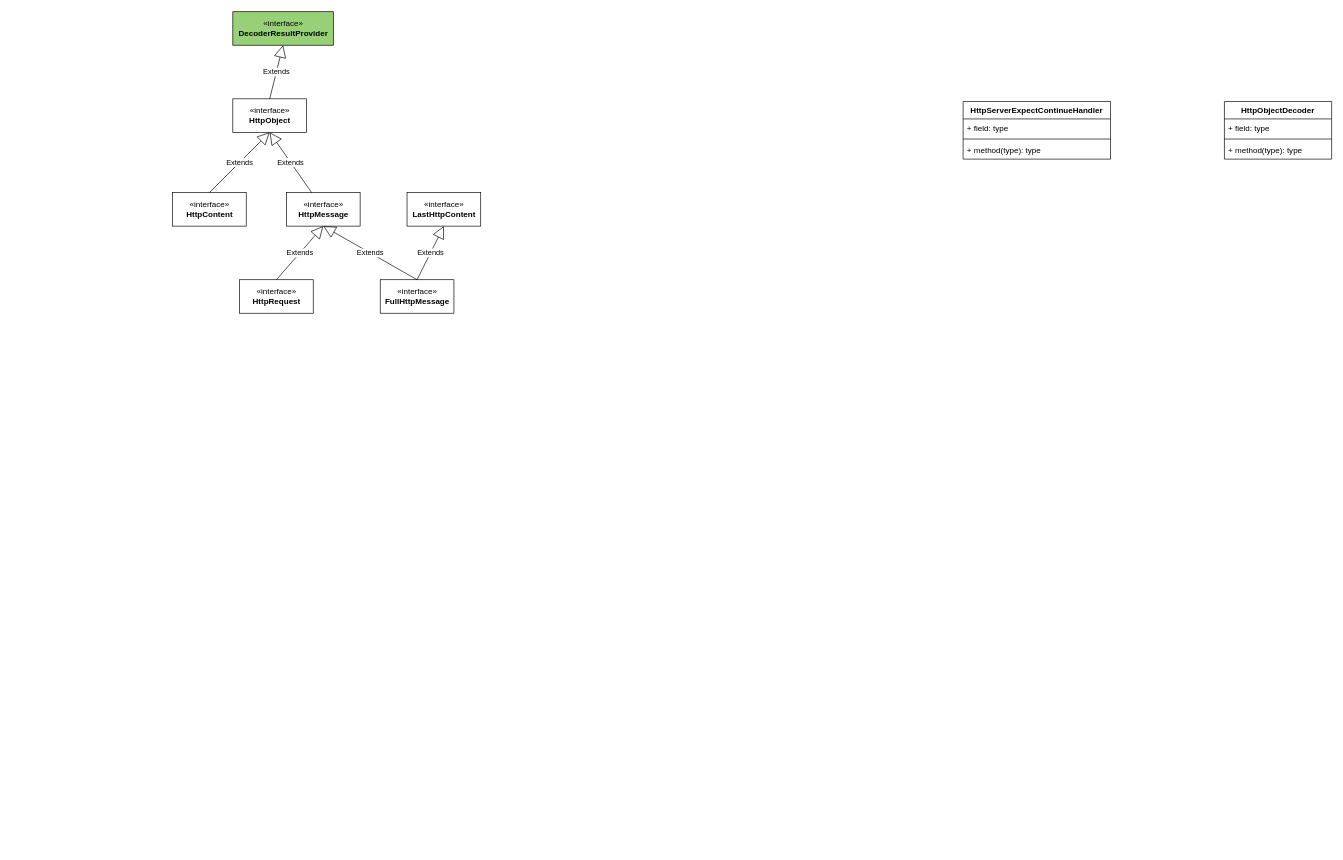
Before: page "codec-http" (8 of 11) of netty.drawio in tadsimons/draw, a draw.io diagram. Source tidied: cells renumbered, new cells numbered last; positions are measured from the earlier drawing's top-left corner, leaving out a move shared by most shapes. Both pictures are drawn from the tidied source at 67%, with x=0, y=0 at pixel (172, 11).
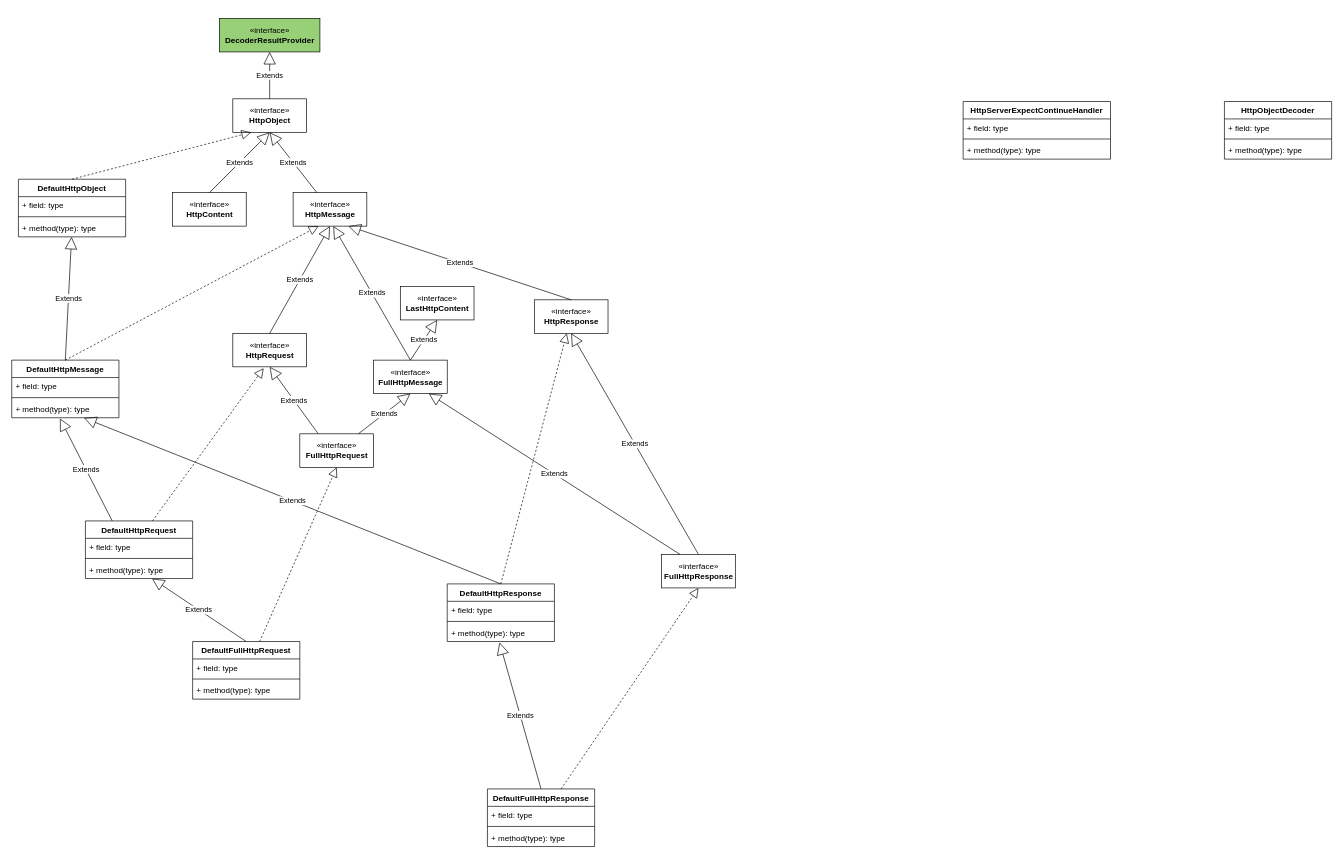
Above is the later version.

The change refers to these unchanged cells:
```xml
<mxCell id="11" value="«interface»&lt;br&gt;&lt;b&gt;HttpObject&lt;/b&gt;" style="html=1;fillColor=#FFFFFF;" parent="1" vertex="1">
  <mxGeometry x="90" y="130" width="110" height="50" as="geometry" />
</mxCell>
```

Diff of the diagram source:
```diff
@@
     <mxCell id="10" value="«interface»&lt;br&gt;&lt;b&gt;DecoderResultProvider&lt;/b&gt;" style="html=1;fillColor=#97D077;" parent="1" vertex="1">
-      <mxGeometry x="90" width="150" height="50" as="geometry" />
+      <mxGeometry x="70" y="10" width="150" height="50" as="geometry" />
     </mxCell>
@@
     <mxCell id="13" value="«interface»&lt;br&gt;&lt;b&gt;LastHttpContent&lt;/b&gt;" style="html=1;fillColor=#FFFFFF;" parent="1" vertex="1">
-      <mxGeometry x="350" y="270" width="110" height="50" as="geometry" />
+      <mxGeometry x="340" y="410" width="110" height="50" as="geometry" />
     </mxCell>
@@
     <mxCell id="16" value="«interface»&lt;br&gt;&lt;b&gt;HttpMessage&lt;/b&gt;" style="html=1;fillColor=#FFFFFF;" parent="1" vertex="1">
-      <mxGeometry x="170" y="270" width="110" height="50" as="geometry" />
+      <mxGeometry x="180" y="270" width="110" height="50" as="geometry" />
     </mxCell>
@@
     <mxCell id="18" value="«interface»&lt;br&gt;&lt;b&gt;FullHttpMessage&lt;/b&gt;" style="html=1;fillColor=#FFFFFF;" parent="1" vertex="1">
-      <mxGeometry x="310" y="400" width="110" height="50" as="geometry" />
+      <mxGeometry x="300" y="520" width="110" height="50" as="geometry" />
     </mxCell>
-    <mxCell id="19" value="Extends" style="endArrow=block;endSize=16;endFill=0;html=1;entryX=0.5;entryY=1;entryDx=0;entryDy=0;exitX=0.5;exitY=0;exitDx=0;exitDy=0;" parent="1" edge="1" source="18" target="16">
-      <mxGeometry relative="1" as="geometry" />
+    <mxCell id="19" value="Extends" style="endArrow=block;endSize=16;endFill=0;html=1;exitX=0.5;exitY=0;exitDx=0;exitDy=0;" parent="1" edge="1" source="18">
+      <mxGeometry relative="1" as="geometry">
+        <mxPoint x="240" y="320" as="targetPoint" />
+      </mxGeometry>
     </mxCell>
@@
     <mxCell id="21" value="«interface»&lt;br&gt;&lt;b&gt;HttpRequest&lt;/b&gt;" style="html=1;fillColor=#FFFFFF;" parent="1" vertex="1">
-      <mxGeometry x="100" y="400" width="110" height="50" as="geometry" />
+      <mxGeometry x="90" y="480" width="110" height="50" as="geometry" />
     </mxCell>
@@
+    <mxCell id="23" value="«interface»&lt;br&gt;&lt;b&gt;FullHttpRequest&lt;/b&gt;" style="html=1;fillColor=#FFFFFF;" parent="1" vertex="1">
+      <mxGeometry x="190" y="630" width="110" height="50" as="geometry" />
+    </mxCell>
+    <mxCell id="24" value="Extends" style="endArrow=block;endSize=16;endFill=0;html=1;entryX=0.5;entryY=1;entryDx=0;entryDy=0;" parent="1" edge="1" source="23" target="18">
+      <mxGeometry relative="1" as="geometry" />
+    </mxCell>
+    <mxCell id="25" value="Extends" style="endArrow=block;endSize=16;endFill=0;html=1;entryX=0.5;entryY=1;entryDx=0;entryDy=0;exitX=0.25;exitY=0;exitDx=0;exitDy=0;" parent="1" edge="1" source="23" target="21">
+      <mxGeometry relative="1" as="geometry" />
+    </mxCell>
+    <mxCell id="26" value="DefaultHttpObject" style="swimlane;fontStyle=1;align=center;verticalAlign=top;horizontal=1;startSize=26;fillColor=#FFFFFF;" parent="1" vertex="1">
+      <mxGeometry x="-230" y="250" width="160" height="86" as="geometry" />
+    </mxCell>
+    <mxCell id="27" style="endArrow=block;dashed=1;endFill=0;endSize=12;html=1;entryX=0.25;entryY=1;entryDx=0;entryDy=0;" parent="26" edge="1" target="11">
+      <mxGeometry relative="1" as="geometry">
+        <mxPoint x="80" as="sourcePoint" />
+      </mxGeometry>
+    </mxCell>
+    <mxCell id="28" value="+ field: type" style="text;strokeColor=none;fillColor=none;align=left;verticalAlign=top;spacingLeft=4;spacingRight=4;overflow=hidden;" parent="26" vertex="1">
+      <mxGeometry y="26" width="160" height="26" as="geometry" />
+    </mxCell>
+    <mxCell id="29" style="line;strokeWidth=1;fillColor=none;align=left;verticalAlign=middle;spacingTop=-1;spacingLeft=3;spacingRight=3;labelPosition=right;" parent="26" vertex="1">
+      <mxGeometry y="52" width="160" height="8" as="geometry" />
+    </mxCell>
+    <mxCell id="30" value="+ method(type): type" style="text;strokeColor=none;fillColor=none;align=left;verticalAlign=top;spacingLeft=4;spacingRight=4;overflow=hidden;points=[[0,0.5],[1,0.5]];portConstraint=eastwest;" parent="26" vertex="1">
+      <mxGeometry y="60" width="160" height="26" as="geometry" />
+    </mxCell>
+    <mxCell id="31" value="DefaultHttpMessage" style="swimlane;fontStyle=1;align=center;verticalAlign=top;horizontal=1;startSize=26;fillColor=#FFFFFF;" parent="1" vertex="1">
+      <mxGeometry x="-240" y="520" width="160" height="86" as="geometry" />
+    </mxCell>
+    <mxCell id="32" value="Extends" style="endArrow=block;endSize=16;endFill=0;html=1;" parent="31" edge="1" target="30">
+      <mxGeometry relative="1" as="geometry">
+        <mxPoint x="80" as="sourcePoint" />
+      </mxGeometry>
+    </mxCell>
+    <mxCell id="33" style="endArrow=block;dashed=1;endFill=0;endSize=12;html=1;entryX=0.345;entryY=1;entryDx=0;entryDy=0;entryPerimeter=0;" parent="31" edge="1" target="16">
+      <mxGeometry relative="1" as="geometry">
+        <mxPoint x="80" as="sourcePoint" />
+      </mxGeometry>
+    </mxCell>
+    <mxCell id="34" value="+ field: type" style="text;strokeColor=none;fillColor=none;align=left;verticalAlign=top;spacingLeft=4;spacingRight=4;overflow=hidden;" parent="31" vertex="1">
+      <mxGeometry y="26" width="160" height="26" as="geometry" />
+    </mxCell>
+    <mxCell id="35" style="line;strokeWidth=1;fillColor=none;align=left;verticalAlign=middle;spacingTop=-1;spacingLeft=3;spacingRight=3;labelPosition=right;" parent="31" vertex="1">
+      <mxGeometry y="52" width="160" height="8" as="geometry" />
+    </mxCell>
+    <mxCell id="36" value="+ method(type): type" style="text;strokeColor=none;fillColor=none;align=left;verticalAlign=top;spacingLeft=4;spacingRight=4;overflow=hidden;points=[[0,0.5],[1,0.5]];portConstraint=eastwest;" parent="31" vertex="1">
+      <mxGeometry y="60" width="160" height="26" as="geometry" />
+    </mxCell>
+    <mxCell id="37" value="DefaultHttpRequest" style="swimlane;fontStyle=1;align=center;verticalAlign=top;horizontal=1;startSize=26;fillColor=#FFFFFF;" parent="1" vertex="1">
+      <mxGeometry x="-130" y="760" width="160" height="86" as="geometry" />
+    </mxCell>
+    <mxCell id="38" style="endArrow=block;dashed=1;endFill=0;endSize=12;html=1;entryX=0.418;entryY=1.04;entryDx=0;entryDy=0;entryPerimeter=0;" parent="37" edge="1" target="21">
+      <mxGeometry relative="1" as="geometry">
+        <mxPoint x="100" as="sourcePoint" />
+      </mxGeometry>
+    </mxCell>
+    <mxCell id="39" value="+ field: type" style="text;strokeColor=none;fillColor=none;align=left;verticalAlign=top;spacingLeft=4;spacingRight=4;overflow=hidden;" parent="37" vertex="1">
+      <mxGeometry y="26" width="160" height="26" as="geometry" />
+    </mxCell>
+    <mxCell id="40" style="line;strokeWidth=1;fillColor=none;align=left;verticalAlign=middle;spacingTop=-1;spacingLeft=3;spacingRight=3;labelPosition=right;" parent="37" vertex="1">
+      <mxGeometry y="52" width="160" height="8" as="geometry" />
+    </mxCell>
+    <mxCell id="41" value="+ method(type): type" style="text;strokeColor=none;fillColor=none;align=left;verticalAlign=top;spacingLeft=4;spacingRight=4;overflow=hidden;points=[[0,0.5],[1,0.5]];portConstraint=eastwest;" parent="37" vertex="1">
+      <mxGeometry y="60" width="160" height="26" as="geometry" />
+    </mxCell>
+    <mxCell id="42" value="Extends" style="endArrow=block;endSize=16;endFill=0;html=1;entryX=0.45;entryY=1.038;entryDx=0;entryDy=0;entryPerimeter=0;exitX=0.25;exitY=0;exitDx=0;exitDy=0;" parent="1" edge="1" source="37" target="36">
+      <mxGeometry relative="1" as="geometry" />
+    </mxCell>
+    <mxCell id="43" value="DefaultFullHttpRequest" style="swimlane;fontStyle=1;align=center;verticalAlign=top;horizontal=1;startSize=26;fillColor=#FFFFFF;" parent="1" vertex="1">
+      <mxGeometry x="30" y="940" width="160" height="86" as="geometry" />
+    </mxCell>
+    <mxCell id="44" value="Extends" style="endArrow=block;endSize=16;endFill=0;html=1;" parent="43" edge="1" target="41">
+      <mxGeometry relative="1" as="geometry">
+        <mxPoint x="80" as="sourcePoint" />
+      </mxGeometry>
+    </mxCell>
+    <mxCell id="45" style="endArrow=block;dashed=1;endFill=0;endSize=12;html=1;entryX=0.5;entryY=1;entryDx=0;entryDy=0;" parent="43" edge="1" target="23">
+      <mxGeometry relative="1" as="geometry">
+        <mxPoint x="100" as="sourcePoint" />
+      </mxGeometry>
+    </mxCell>
+    <mxCell id="46" value="+ field: type" style="text;strokeColor=none;fillColor=none;align=left;verticalAlign=top;spacingLeft=4;spacingRight=4;overflow=hidden;" parent="43" vertex="1">
+      <mxGeometry y="26" width="160" height="26" as="geometry" />
+    </mxCell>
+    <mxCell id="47" style="line;strokeWidth=1;fillColor=none;align=left;verticalAlign=middle;spacingTop=-1;spacingLeft=3;spacingRight=3;labelPosition=right;" parent="43" vertex="1">
+      <mxGeometry y="52" width="160" height="8" as="geometry" />
+    </mxCell>
+    <mxCell id="48" value="+ method(type): type" style="text;strokeColor=none;fillColor=none;align=left;verticalAlign=top;spacingLeft=4;spacingRight=4;overflow=hidden;" parent="43" vertex="1">
+      <mxGeometry y="60" width="160" height="26" as="geometry" />
+    </mxCell>
+    <mxCell id="49" value="«interface»&lt;br&gt;&lt;b&gt;HttpResponse&lt;/b&gt;" style="html=1;fillColor=#FFFFFF;" parent="1" vertex="1">
+      <mxGeometry x="540" y="430" width="110" height="50" as="geometry" />
+    </mxCell>
+    <mxCell id="50" value="Extends" style="endArrow=block;endSize=16;endFill=0;html=1;entryX=0.75;entryY=1;entryDx=0;entryDy=0;exitX=0.5;exitY=0;exitDx=0;exitDy=0;" parent="1" edge="1" source="49" target="16">
+      <mxGeometry relative="1" as="geometry" />
+    </mxCell>
+    <mxCell id="51" value="«interface»&lt;br&gt;&lt;b&gt;FullHttpResponse&lt;/b&gt;" style="html=1;fillColor=#FFFFFF;" parent="1" vertex="1">
+      <mxGeometry x="730" y="810" width="110" height="50" as="geometry" />
+    </mxCell>
+    <mxCell id="52" value="Extends" style="endArrow=block;endSize=16;endFill=0;html=1;entryX=0.5;entryY=1;entryDx=0;entryDy=0;exitX=0.5;exitY=0;exitDx=0;exitDy=0;" parent="1" edge="1" source="51" target="49">
+      <mxGeometry relative="1" as="geometry" />
+    </mxCell>
+    <mxCell id="53" value="Extends" style="endArrow=block;endSize=16;endFill=0;html=1;entryX=0.75;entryY=1;entryDx=0;entryDy=0;exitX=0.25;exitY=0;exitDx=0;exitDy=0;" parent="1" edge="1" source="51" target="18">
+      <mxGeometry relative="1" as="geometry" />
+    </mxCell>
+    <mxCell id="54" value="DefaultHttpResponse" style="swimlane;fontStyle=1;align=center;verticalAlign=top;horizontal=1;startSize=26;fillColor=#FFFFFF;" parent="1" vertex="1">
+      <mxGeometry x="410" y="854" width="160" height="86" as="geometry" />
+    </mxCell>
+    <mxCell id="55" value="+ field: type" style="text;strokeColor=none;fillColor=none;align=left;verticalAlign=top;spacingLeft=4;spacingRight=4;overflow=hidden;" parent="54" vertex="1">
+      <mxGeometry y="26" width="160" height="26" as="geometry" />
+    </mxCell>
+    <mxCell id="56" style="line;strokeWidth=1;fillColor=none;align=left;verticalAlign=middle;spacingTop=-1;spacingLeft=3;spacingRight=3;labelPosition=right;" parent="54" vertex="1">
+      <mxGeometry y="52" width="160" height="8" as="geometry" />
+    </mxCell>
+    <mxCell id="57" value="+ method(type): type" style="text;strokeColor=none;fillColor=none;align=left;verticalAlign=top;spacingLeft=4;spacingRight=4;overflow=hidden;points=[[0,0.5],[1,0.5]];portConstraint=eastwest;" parent="54" vertex="1">
+      <mxGeometry y="60" width="160" height="26" as="geometry" />
+    </mxCell>
+    <mxCell id="58" value="Extends" style="endArrow=block;endSize=16;endFill=0;html=1;entryX=0.675;entryY=1.013;entryDx=0;entryDy=0;entryPerimeter=0;exitX=0.5;exitY=0;exitDx=0;exitDy=0;" parent="1" edge="1" source="54" target="36">
+      <mxGeometry relative="1" as="geometry" />
+    </mxCell>
+    <mxCell id="59" style="endArrow=block;dashed=1;endFill=0;endSize=12;html=1;exitX=0.5;exitY=0;exitDx=0;exitDy=0;" parent="1" edge="1" source="54" target="49">
+      <mxGeometry relative="1" as="geometry" />
+    </mxCell>
+    <mxCell id="60" value="DefaultFullHttpResponse" style="swimlane;fontStyle=1;align=center;verticalAlign=top;horizontal=1;startSize=26;fillColor=#FFFFFF;" parent="1" vertex="1">
+      <mxGeometry x="470" y="1160" width="160" height="86" as="geometry" />
+    </mxCell>
+    <mxCell id="61" value="Extends" style="endArrow=block;endSize=16;endFill=0;html=1;entryX=0.488;entryY=1.051;entryDx=0;entryDy=0;entryPerimeter=0;" parent="60" edge="1" target="57">
+      <mxGeometry relative="1" as="geometry">
+        <mxPoint x="80" as="sourcePoint" />
+      </mxGeometry>
+    </mxCell>
+    <mxCell id="62" style="endArrow=block;dashed=1;endFill=0;endSize=12;html=1;entryX=0.5;entryY=1;entryDx=0;entryDy=0;" parent="60" edge="1" target="51">
+      <mxGeometry relative="1" as="geometry">
+        <mxPoint x="110" as="sourcePoint" />
+      </mxGeometry>
+    </mxCell>
+    <mxCell id="63" value="+ field: type" style="text;strokeColor=none;fillColor=none;align=left;verticalAlign=top;spacingLeft=4;spacingRight=4;overflow=hidden;" parent="60" vertex="1">
+      <mxGeometry y="26" width="160" height="26" as="geometry" />
+    </mxCell>
+    <mxCell id="64" style="line;strokeWidth=1;fillColor=none;align=left;verticalAlign=middle;spacingTop=-1;spacingLeft=3;spacingRight=3;labelPosition=right;" parent="60" vertex="1">
+      <mxGeometry y="52" width="160" height="8" as="geometry" />
+    </mxCell>
+    <mxCell id="65" value="+ method(type): type" style="text;strokeColor=none;fillColor=none;align=left;verticalAlign=top;spacingLeft=4;spacingRight=4;overflow=hidden;" parent="60" vertex="1">
+      <mxGeometry y="60" width="160" height="26" as="geometry" />
+    </mxCell>
```
